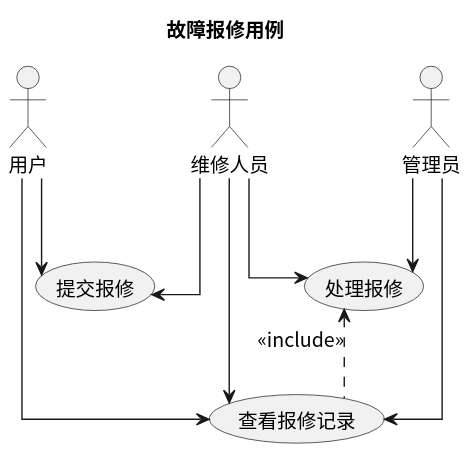
This is usecase/docs/backend/img/repair.svg from greenhandzdl/charging-station-doc, a PlantUML export, as it was before one commit.
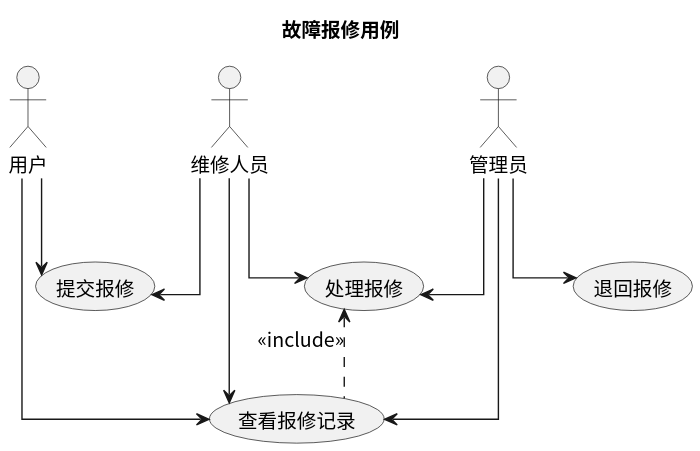
Later version of the same file.

What changed in the source:
```diff
@@ -11,6 +11,7 @@
 (提交报修)
 (处理报修)
 (查看报修记录)
+(退回报修)
 
 U --> 提交报修
 U --> 查看报修记录
@@ -19,6 +20,7 @@
 M --> 查看报修记录
 A --> 处理报修
 A --> 查看报修记录
+A --> 退回报修
 
 处理报修 <.down. 查看报修记录 : <<include>>
 @enduml
```
